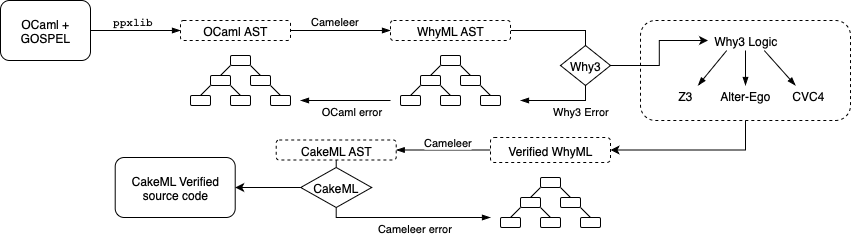
Above: Images/Goal_Pipeline.png in TiagoMeirim/novathesis (draw.io), before the change. Source tidied: cells renumbered, new cells last; positions are measured from the earlier drawing's top-left corner, leaving out a move shared by most shapes.
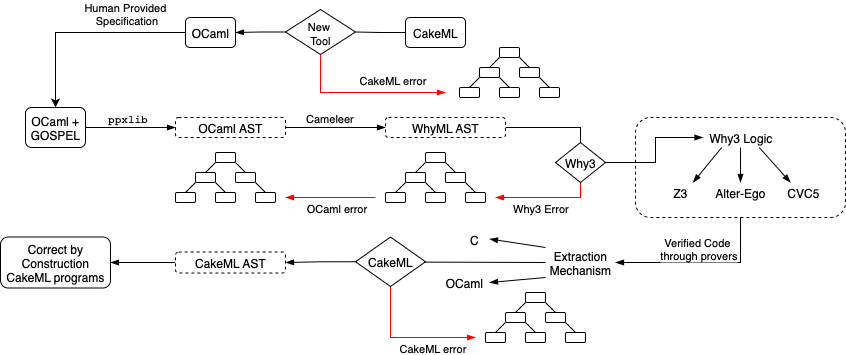
The same diagram one commit later.

Change to the diagram source:
```diff
@@ -11,7 +11,7 @@
       </mxGeometry>
     </mxCell>
     <mxCell id="4" value="OCaml + GOSPEL" style="rounded=1;whiteSpace=wrap;html=1;" parent="1" vertex="1">
-      <mxGeometry width="90" height="60" as="geometry" />
+      <mxGeometry x="40" y="10" width="60" height="40" as="geometry" />
     </mxCell>
     <mxCell id="5" style="edgeStyle=orthogonalEdgeStyle;rounded=0;jettySize=auto;html=1;endArrow=blockThin;endFill=1;" parent="1" edge="1" source="7" target="9">
       <mxGeometry relative="1" as="geometry" />
@@ -22,36 +22,41 @@
       </mxGeometry>
     </mxCell>
     <mxCell id="7" value="OCaml AST" style="rounded=1;whiteSpace=wrap;html=1;dashed=1;" parent="1" vertex="1">
-      <mxGeometry x="180" y="20" width="110" height="20" as="geometry" />
+      <mxGeometry x="190" y="20" width="110" height="20" as="geometry" />
     </mxCell>
     <mxCell id="8" style="edgeStyle=orthogonalEdgeStyle;rounded=0;jettySize=auto;html=1;exitX=1;exitY=0.5;exitDx=0;exitDy=0;entryX=0.5;entryY=0;entryDx=0;entryDy=0;endArrow=none;endFill=0;" parent="1" edge="1" source="9" target="13">
       <mxGeometry relative="1" as="geometry">
         <Array as="points">
-          <mxPoint x="585" y="30" />
+          <mxPoint x="595" y="30" />
         </Array>
       </mxGeometry>
     </mxCell>
     <mxCell id="9" value="WhyML AST" style="rounded=1;whiteSpace=wrap;html=1;dashed=1;" parent="1" vertex="1">
-      <mxGeometry x="390" y="20" width="120" height="20" as="geometry" />
+      <mxGeometry x="400" y="20" width="120" height="20" as="geometry" />
     </mxCell>
-    <mxCell id="10" style="edgeStyle=orthogonalEdgeStyle;rounded=0;jettySize=auto;html=1;exitX=0.5;exitY=1;exitDx=0;exitDy=0;endArrow=blockThin;endFill=1;" parent="1" edge="1" source="13">
+    <mxCell id="10" style="edgeStyle=orthogonalEdgeStyle;rounded=0;jettySize=auto;html=1;exitX=0.5;exitY=1;exitDx=0;exitDy=0;endArrow=blockThin;endFill=1;fillColor=#f8cecc;strokeColor=#FF0000;" parent="1" edge="1" source="13">
       <mxGeometry relative="1" as="geometry">
-        <mxPoint x="520" y="100" as="targetPoint" />
+        <mxPoint x="510" y="100" as="targetPoint" />
         <Array as="points">
-          <mxPoint x="585" y="100" />
+          <mxPoint x="595" y="100" />
         </Array>
       </mxGeometry>
     </mxCell>
     <mxCell id="11" value="Why3 Error" style="edgeLabel;html=1;align=center;verticalAlign=middle;" parent="10" vertex="1">
       <mxGeometry x="0.13" y="-2" relative="1" as="geometry">
-        <mxPoint x="24" y="12" as="offset" />
+        <mxPoint x="1" y="12" as="offset" />
       </mxGeometry>
     </mxCell>
-    <mxCell id="12" style="edgeStyle=orthogonalEdgeStyle;rounded=0;jettySize=auto;html=1;exitX=1;exitY=0.5;exitDx=0;exitDy=0;entryX=0;entryY=0.5;entryDx=0;entryDy=0;" parent="1" edge="1" source="13" target="43">
-      <mxGeometry relative="1" as="geometry" />
+    <mxCell id="12" style="edgeStyle=orthogonalEdgeStyle;rounded=0;jettySize=auto;html=1;exitX=1;exitY=0.5;exitDx=0;exitDy=0;entryX=0;entryY=0.5;entryDx=0;entryDy=0;endArrow=blockThin;endFill=1;" parent="1" edge="1" source="13" target="43">
+      <mxGeometry relative="1" as="geometry">
+        <Array as="points">
+          <mxPoint x="670" y="65" />
+          <mxPoint x="670" y="40" />
+        </Array>
+      </mxGeometry>
     </mxCell>
     <mxCell id="13" value="Why3" style="rhombus;whiteSpace=wrap;html=1;" parent="1" vertex="1">
-      <mxGeometry x="560" y="45" width="50" height="40" as="geometry" />
+      <mxGeometry x="570" y="45" width="50" height="40" as="geometry" />
     </mxCell>
     <mxCell id="14" style="rounded=0;jettySize=auto;html=1;exitX=0;exitY=1;exitDx=0;exitDy=0;entryX=0.5;entryY=0;entryDx=0;entryDy=0;endArrow=none;endFill=0;" parent="1" edge="1" source="16" target="19">
       <mxGeometry relative="1" as="geometry" />
@@ -119,7 +124,7 @@
     <mxCell id="35" style="rounded=1;whiteSpace=wrap;html=1;" parent="1" vertex="1">
       <mxGeometry x="190" y="95" width="20" height="10" as="geometry" />
     </mxCell>
-    <mxCell id="36" style="endArrow=blockThin;html=1;rounded=0;endFill=1;" parent="1" edge="1">
+    <mxCell id="36" style="endArrow=blockThin;html=1;rounded=0;endFill=1;fillColor=#f8cecc;strokeColor=#FA0000;" parent="1" edge="1">
       <mxGeometry relative="1" as="geometry">
         <mxPoint x="390" y="100" as="sourcePoint" />
         <mxPoint x="300" y="100" as="targetPoint" />
@@ -130,11 +135,16 @@
         <mxPoint x="7" y="11" as="offset" />
       </mxGeometry>
     </mxCell>
-    <mxCell id="38" style="edgeStyle=orthogonalEdgeStyle;rounded=0;jettySize=auto;html=1;exitX=0.5;exitY=1;exitDx=0;exitDy=0;entryX=1;entryY=0.5;entryDx=0;entryDy=0;" parent="1" edge="1" source="39" target="49">
-      <mxGeometry relative="1" as="geometry" />
-    </mxCell>
+    <mxCell id="68" style="edgeStyle=orthogonalEdgeStyle;rounded=0;jettySize=auto;html=1;exitX=0.5;exitY=1;exitDx=0;exitDy=0;entryX=1;entryY=0.5;entryDx=0;entryDy=0;endArrow=blockThin;endFill=1;" parent="1" edge="1" source="39" target="76">
+      <mxGeometry relative="1" as="geometry" />
+    </mxCell>
+    <mxCell id="69" value="Verified Code&amp;nbsp;&lt;div&gt;through provers&lt;/div&gt;" style="edgeLabel;html=1;align=center;verticalAlign=middle;" parent="68" vertex="1">
+      <mxGeometry x="-0.21" y="1" relative="1" as="geometry">
+        <mxPoint x="-21" y="-16" as="offset" />
+      </mxGeometry>
+    </mxCell>
     <mxCell id="39" style="rounded=1;whiteSpace=wrap;html=1;dashed=1;fillColor=none;" parent="1" vertex="1">
-      <mxGeometry x="640" y="20" width="210" height="100" as="geometry" />
+      <mxGeometry x="650" y="20" width="210" height="100" as="geometry" />
     </mxCell>
     <mxCell id="40" style="rounded=0;jettySize=auto;html=1;exitX=0.25;exitY=1;exitDx=0;exitDy=0;endArrow=blockThin;endFill=1;entryX=0.75;entryY=0;entryDx=0;entryDy=0;" parent="1" edge="1" source="43" target="44">
       <mxGeometry relative="1" as="geometry" />
@@ -146,88 +156,169 @@
       <mxGeometry relative="1" as="geometry" />
     </mxCell>
     <mxCell id="43" value="Why3 Logic" style="text;html=1;align=center;verticalAlign=middle;whiteSpace=wrap;rounded=0;" parent="1" vertex="1">
-      <mxGeometry x="707.5" y="30" width="75" height="20" as="geometry" />
+      <mxGeometry x="717.5" y="30" width="75" height="20" as="geometry" />
     </mxCell>
     <mxCell id="44" value="Z3" style="text;html=1;align=center;verticalAlign=middle;whiteSpace=wrap;rounded=0;" parent="1" vertex="1">
-      <mxGeometry x="660" y="85" width="50" height="20" as="geometry" />
+      <mxGeometry x="670" y="85" width="50" height="20" as="geometry" />
     </mxCell>
     <mxCell id="45" value="Alter-Ego" style="text;html=1;align=center;verticalAlign=middle;whiteSpace=wrap;rounded=0;" parent="1" vertex="1">
-      <mxGeometry x="715" y="85" width="60" height="20" as="geometry" />
+      <mxGeometry x="725" y="85" width="60" height="20" as="geometry" />
     </mxCell>
-    <mxCell id="46" value="CVC4" style="text;html=1;align=center;verticalAlign=middle;whiteSpace=wrap;rounded=0;" parent="1" vertex="1">
-      <mxGeometry x="782.5" y="85" width="50" height="20" as="geometry" />
+    <mxCell id="46" value="CVC5" style="text;html=1;align=center;verticalAlign=middle;whiteSpace=wrap;rounded=0;" parent="1" vertex="1">
+      <mxGeometry x="792.5" y="85" width="50" height="20" as="geometry" />
     </mxCell>
-    <mxCell id="47" style="edgeStyle=orthogonalEdgeStyle;rounded=0;jettySize=auto;html=1;exitX=0;exitY=0.5;exitDx=0;exitDy=0;entryX=1;entryY=0.5;entryDx=0;entryDy=0;endArrow=blockThin;endFill=1;" parent="1" edge="1" source="49" target="51">
-      <mxGeometry relative="1" as="geometry" />
-    </mxCell>
-    <mxCell id="48" value="Cameleer" style="edgeLabel;html=1;align=center;verticalAlign=middle;" parent="47" vertex="1">
-      <mxGeometry x="-0.07" y="1" relative="1" as="geometry">
-        <mxPoint y="-9" as="offset" />
-      </mxGeometry>
-    </mxCell>
-    <mxCell id="49" value="Verified WhyML" style="rounded=1;whiteSpace=wrap;html=1;dashed=1;" parent="1" vertex="1">
-      <mxGeometry x="490" y="137" width="120" height="25" as="geometry" />
-    </mxCell>
-    <mxCell id="50" style="edgeStyle=orthogonalEdgeStyle;rounded=0;jettySize=auto;html=1;exitX=0.5;exitY=1;exitDx=0;exitDy=0;entryX=0.5;entryY=0;entryDx=0;entryDy=0;endArrow=none;endFill=0;" parent="1" edge="1" source="51" target="56">
-      <mxGeometry relative="1" as="geometry" />
-    </mxCell>
+    <mxCell id="70" style="rounded=0;jettySize=auto;html=1;exitX=0;exitY=0;exitDx=0;exitDy=0;endArrow=blockThin;endFill=1;entryX=1;entryY=0.5;entryDx=0;entryDy=0;" parent="1" edge="1" source="76" target="73">
+      <mxGeometry relative="1" as="geometry" />
+    </mxCell>
+    <mxCell id="71" style="rounded=0;jettySize=auto;html=1;exitX=0;exitY=0.5;exitDx=0;exitDy=0;endArrow=none;endFill=0;entryX=0.941;entryY=0.507;entryDx=0;entryDy=0;entryPerimeter=0;" parent="1" edge="1" source="76" target="56">
+      <mxGeometry relative="1" as="geometry" />
+    </mxCell>
+    <mxCell id="72" style="rounded=0;jettySize=auto;html=1;entryX=1;entryY=0.5;entryDx=0;entryDy=0;endArrow=blockThin;endFill=1;exitX=0;exitY=1;exitDx=0;exitDy=0;" parent="1" edge="1" source="76" target="74">
+      <mxGeometry relative="1" as="geometry" />
+    </mxCell>
+    <mxCell id="73" value="&lt;span style=&quot;caret-color: rgb(0, 0, 0); color: rgb(0, 0, 0); font-family: Helvetica; font-size: 12px; font-style: normal; font-variant-caps: normal; font-weight: 400; letter-spacing: normal; text-align: center; text-indent: 0px; text-transform: none; white-space: normal; word-spacing: 0px; -webkit-text-stroke-width: 0px; text-decoration: none; float: none; display: inline !important;&quot;&gt;C&lt;/span&gt;" style="text;html=1;align=center;verticalAlign=middle;whiteSpace=wrap;rounded=0;" parent="1" vertex="1">
+      <mxGeometry x="474" y="126.5" width="30" height="30" as="geometry" />
+    </mxCell>
+    <mxCell id="74" value="&lt;span style=&quot;caret-color: rgb(0, 0, 0); color: rgb(0, 0, 0); font-family: Helvetica; font-size: 12px; font-style: normal; font-variant-caps: normal; font-weight: 400; letter-spacing: normal; text-align: center; text-indent: 0px; text-transform: none; white-space: normal; word-spacing: 0px; -webkit-text-stroke-width: 0px; text-decoration: none; float: none; display: inline !important;&quot;&gt;OCaml&lt;/span&gt;" style="text;html=1;align=center;verticalAlign=middle;whiteSpace=wrap;rounded=0;" parent="1" vertex="1">
+      <mxGeometry x="454" y="170" width="50" height="30" as="geometry" />
+    </mxCell>
+    <mxCell id="75" style="edgeStyle=orthogonalEdgeStyle;rounded=0;jettySize=auto;html=1;endArrow=blockThin;endFill=1;exitX=0;exitY=0.5;exitDx=0;exitDy=0;" parent="1" edge="1" source="56" target="51">
+      <mxGeometry relative="1" as="geometry" />
+    </mxCell>
+    <mxCell id="76" value="&lt;span style=&quot;caret-color: rgb(0, 0, 0); color: rgb(0, 0, 0); font-family: Helvetica; font-size: 12px; font-style: normal; font-variant-caps: normal; font-weight: 400; letter-spacing: normal; text-align: center; text-indent: 0px; text-transform: none; white-space: normal; word-spacing: 0px; -webkit-text-stroke-width: 0px; text-decoration: none; float: none; display: inline !important;&quot;&gt;Extraction Mechanism&lt;/span&gt;" style="text;html=1;align=center;verticalAlign=middle;whiteSpace=wrap;rounded=0;" parent="1" vertex="1">
+      <mxGeometry x="560" y="150" width="70" height="30" as="geometry" />
+    </mxCell>
+    <mxCell id="77" style="edgeStyle=orthogonalEdgeStyle;rounded=0;jettySize=auto;html=1;exitX=0;exitY=0.5;exitDx=0;exitDy=0;entryX=1;entryY=0.5;entryDx=0;entryDy=0;endArrow=blockThin;endFill=1;" parent="1" edge="1" source="51" target="78">
+      <mxGeometry relative="1" as="geometry" />
+    </mxCell>
     <mxCell id="51" value="CakeML AST" style="rounded=1;whiteSpace=wrap;html=1;dashed=1;" parent="1" vertex="1">
-      <mxGeometry x="275.7" y="139.5" width="120" height="20" as="geometry" />
+      <mxGeometry x="190" y="154.5" width="110" height="21" as="geometry" />
     </mxCell>
-    <mxCell id="52" value="CakeML Verified source code" style="rounded=1;whiteSpace=wrap;html=1;" parent="1" vertex="1">
-      <mxGeometry x="114.7" y="157" width="120" height="60" as="geometry" />
-    </mxCell>
-    <mxCell id="53" style="edgeStyle=orthogonalEdgeStyle;rounded=0;jettySize=auto;html=1;endArrow=blockThin;endFill=1;" parent="1" edge="1" source="56">
-      <mxGeometry relative="1" as="geometry">
-        <mxPoint x="490" y="217" as="targetPoint" />
-        <Array as="points">
-          <mxPoint x="336" y="217" />
-        </Array>
-      </mxGeometry>
-    </mxCell>
-    <mxCell id="54" value="Cameleer error" style="edgeLabel;html=1;align=center;verticalAlign=middle;" parent="53" vertex="1">
-      <mxGeometry x="-0.36" relative="1" as="geometry">
-        <mxPoint x="35" y="10" as="offset" />
-      </mxGeometry>
-    </mxCell>
-    <mxCell id="55" style="edgeStyle=orthogonalEdgeStyle;rounded=0;jettySize=auto;html=1;exitX=0;exitY=0.5;exitDx=0;exitDy=0;entryX=1;entryY=0.5;entryDx=0;entryDy=0;" parent="1" edge="1" source="56" target="52">
-      <mxGeometry relative="1" as="geometry" />
-    </mxCell>
+    <mxCell id="78" value="Correct by Construction CakeML programs" style="rounded=1;whiteSpace=wrap;html=1;strokeColor=default;" parent="1" vertex="1">
+      <mxGeometry x="15" y="139.5" width="110" height="51" as="geometry" />
+    </mxCell>
+    <mxCell id="79" style="edgeStyle=orthogonalEdgeStyle;rounded=0;jettySize=auto;html=1;exitX=0;exitY=0.5;exitDx=0;exitDy=0;entryX=1;entryY=0.5;entryDx=0;entryDy=0;endArrow=none;endFill=0;" parent="1" edge="1" source="97" target="83">
+      <mxGeometry relative="1" as="geometry" />
+    </mxCell>
+    <mxCell id="80" style="edgeStyle=orthogonalEdgeStyle;rounded=0;jettySize=auto;html=1;exitX=0;exitY=0.5;exitDx=0;exitDy=0;entryX=0.5;entryY=0;entryDx=0;entryDy=0;" parent="1" edge="1" source="98" target="4">
+      <mxGeometry relative="1" as="geometry">
+        <Array as="points">
+          <mxPoint x="70" y="-65" />
+        </Array>
+      </mxGeometry>
+    </mxCell>
+    <mxCell id="81" value="Human Provided&amp;nbsp;&lt;div&gt;Specification&lt;/div&gt;" style="edgeLabel;html=1;align=center;verticalAlign=middle;" parent="80" vertex="1">
+      <mxGeometry x="-0.02" y="2" relative="1" as="geometry">
+        <mxPoint x="40" y="-22" as="offset" />
+      </mxGeometry>
+    </mxCell>
+    <mxCell id="82" style="edgeStyle=orthogonalEdgeStyle;rounded=0;jettySize=auto;html=1;exitX=0;exitY=0.5;exitDx=0;exitDy=0;endArrow=blockThin;endFill=1;entryX=1;entryY=0.5;entryDx=0;entryDy=0;" parent="1" edge="1" source="83" target="98">
+      <mxGeometry relative="1" as="geometry" />
+    </mxCell>
+    <mxCell id="83" value="&lt;span style=&quot;font-size: 11px; white-space: nowrap; background-color: rgb(255, 255, 255);&quot;&gt;New&amp;nbsp;&lt;/span&gt;&lt;div&gt;&lt;span style=&quot;font-size: 11px; white-space: nowrap; background-color: rgb(255, 255, 255);&quot;&gt;Tool&lt;/span&gt;&lt;/div&gt;" style="rhombus;whiteSpace=wrap;html=1;" parent="1" vertex="1">
+      <mxGeometry x="300" y="-88" width="70" height="45" as="geometry" />
+    </mxCell>
+    <mxCell id="84" style="edgeStyle=orthogonalEdgeStyle;rounded=0;jettySize=auto;html=1;exitX=0.5;exitY=1;exitDx=0;exitDy=0;endArrow=blockThin;endFill=1;fillColor=#f8cecc;strokeColor=#FF0000;" parent="1" edge="1" source="83">
+      <mxGeometry relative="1" as="geometry">
+        <mxPoint x="460" y="-5" as="targetPoint" />
+        <Array as="points">
+          <mxPoint x="335" y="-5" />
+        </Array>
+      </mxGeometry>
+    </mxCell>
+    <mxCell id="85" value="CakeML error" style="edgeLabel;html=1;align=center;verticalAlign=middle;" parent="84" vertex="1">
+      <mxGeometry x="0.13" y="-2" relative="1" as="geometry">
+        <mxPoint x="17" y="-15" as="offset" />
+      </mxGeometry>
+    </mxCell>
+    <mxCell id="86" style="rounded=0;jettySize=auto;html=1;exitX=0;exitY=1;exitDx=0;exitDy=0;entryX=0.5;entryY=0;entryDx=0;entryDy=0;endArrow=none;endFill=0;" parent="1" edge="1" source="88" target="91">
+      <mxGeometry relative="1" as="geometry" />
+    </mxCell>
+    <mxCell id="87" style="rounded=0;jettySize=auto;html=1;exitX=1;exitY=1;exitDx=0;exitDy=0;entryX=0.5;entryY=0;entryDx=0;entryDy=0;endArrow=none;endFill=0;" parent="1" edge="1" source="88" target="93">
+      <mxGeometry relative="1" as="geometry" />
+    </mxCell>
+    <mxCell id="88" style="rounded=1;whiteSpace=wrap;html=1;" parent="1" vertex="1">
+      <mxGeometry x="514" y="-50" width="20" height="10" as="geometry" />
+    </mxCell>
+    <mxCell id="89" style="rounded=0;jettySize=auto;html=1;exitX=1;exitY=1;exitDx=0;exitDy=0;entryX=0.5;entryY=0;entryDx=0;entryDy=0;endArrow=none;endFill=0;" parent="1" edge="1" source="91" target="95">
+      <mxGeometry relative="1" as="geometry" />
+    </mxCell>
+    <mxCell id="90" style="rounded=0;jettySize=auto;html=1;exitX=0;exitY=1;exitDx=0;exitDy=0;entryX=0.5;entryY=0;entryDx=0;entryDy=0;endArrow=none;endFill=0;" parent="1" edge="1" source="91" target="96">
+      <mxGeometry relative="1" as="geometry" />
+    </mxCell>
+    <mxCell id="91" style="rounded=1;whiteSpace=wrap;html=1;" parent="1" vertex="1">
+      <mxGeometry x="494" y="-30" width="20" height="10" as="geometry" />
+    </mxCell>
+    <mxCell id="92" style="rounded=0;jettySize=auto;html=1;exitX=1;exitY=1;exitDx=0;exitDy=0;entryX=0.5;entryY=0;entryDx=0;entryDy=0;endArrow=none;endFill=0;" parent="1" edge="1" source="93" target="94">
+      <mxGeometry relative="1" as="geometry" />
+    </mxCell>
+    <mxCell id="93" style="rounded=1;whiteSpace=wrap;html=1;" parent="1" vertex="1">
+      <mxGeometry x="534" y="-30" width="20" height="10" as="geometry" />
+    </mxCell>
+    <mxCell id="94" style="rounded=1;whiteSpace=wrap;html=1;" parent="1" vertex="1">
+      <mxGeometry x="554" y="-10" width="20" height="10" as="geometry" />
+    </mxCell>
+    <mxCell id="95" style="rounded=1;whiteSpace=wrap;html=1;" parent="1" vertex="1">
+      <mxGeometry x="514" y="-10" width="20" height="10" as="geometry" />
+    </mxCell>
+    <mxCell id="96" style="rounded=1;whiteSpace=wrap;html=1;" parent="1" vertex="1">
+      <mxGeometry x="474" y="-10" width="20" height="10" as="geometry" />
+    </mxCell>
+    <mxCell id="97" value="CakeML" style="rounded=1;whiteSpace=wrap;html=1;strokeColor=default;" parent="1" vertex="1">
+      <mxGeometry x="420" y="-80" width="60" height="30" as="geometry" />
+    </mxCell>
+    <mxCell id="98" value="OCaml" style="rounded=1;whiteSpace=wrap;html=1;strokeColor=default;" parent="1" vertex="1">
+      <mxGeometry x="200" y="-80" width="50" height="30" as="geometry" />
+    </mxCell>
+    <mxCell id="99" style="edgeStyle=orthogonalEdgeStyle;rounded=0;jettySize=auto;html=1;endArrow=blockThin;endFill=1;fillColor=#f8cecc;strokeColor=#FF0000;exitX=0.5;exitY=1;exitDx=0;exitDy=0;" parent="1" edge="1" source="56">
+      <mxGeometry relative="1" as="geometry">
+        <mxPoint x="490" y="240" as="targetPoint" />
+        <Array as="points">
+          <mxPoint x="405" y="240" />
+          <mxPoint x="490" y="240" />
+        </Array>
+      </mxGeometry>
+    </mxCell>
+    <mxCell id="100" value="CakeML error" style="edgeLabel;html=1;align=center;verticalAlign=middle;" parent="99" vertex="1">
+      <mxGeometry x="-0.48" y="-2" relative="1" as="geometry">
+        <mxPoint x="43" y="26" as="offset" />
+      </mxGeometry>
+    </mxCell>
+    <mxCell id="101" style="rounded=0;jettySize=auto;html=1;exitX=0;exitY=1;exitDx=0;exitDy=0;entryX=0.5;entryY=0;entryDx=0;entryDy=0;endArrow=none;endFill=0;" parent="1" edge="1" source="103" target="106">
+      <mxGeometry relative="1" as="geometry" />
+    </mxCell>
+    <mxCell id="102" style="rounded=0;jettySize=auto;html=1;exitX=1;exitY=1;exitDx=0;exitDy=0;entryX=0.5;entryY=0;entryDx=0;entryDy=0;endArrow=none;endFill=0;" parent="1" edge="1" source="103" target="108">
+      <mxGeometry relative="1" as="geometry" />
+    </mxCell>
+    <mxCell id="103" style="rounded=1;whiteSpace=wrap;html=1;" parent="1" vertex="1">
+      <mxGeometry x="540" y="195" width="20" height="10" as="geometry" />
+    </mxCell>
+    <mxCell id="104" style="rounded=0;jettySize=auto;html=1;exitX=1;exitY=1;exitDx=0;exitDy=0;entryX=0.5;entryY=0;entryDx=0;entryDy=0;endArrow=none;endFill=0;" parent="1" edge="1" source="106" target="110">
+      <mxGeometry relative="1" as="geometry" />
+    </mxCell>
+    <mxCell id="105" style="rounded=0;jettySize=auto;html=1;exitX=0;exitY=1;exitDx=0;exitDy=0;entryX=0.5;entryY=0;entryDx=0;entryDy=0;endArrow=none;endFill=0;" parent="1" edge="1" source="106" target="111">
+      <mxGeometry relative="1" as="geometry" />
+    </mxCell>
+    <mxCell id="106" style="rounded=1;whiteSpace=wrap;html=1;" parent="1" vertex="1">
+      <mxGeometry x="520" y="215" width="20" height="10" as="geometry" />
+    </mxCell>
+    <mxCell id="107" style="rounded=0;jettySize=auto;html=1;exitX=1;exitY=1;exitDx=0;exitDy=0;entryX=0.5;entryY=0;entryDx=0;entryDy=0;endArrow=none;endFill=0;" parent="1" edge="1" source="108" target="109">
+      <mxGeometry relative="1" as="geometry" />
+    </mxCell>
+    <mxCell id="108" style="rounded=1;whiteSpace=wrap;html=1;" parent="1" vertex="1">
+      <mxGeometry x="560" y="215" width="20" height="10" as="geometry" />
+    </mxCell>
+    <mxCell id="109" style="rounded=1;whiteSpace=wrap;html=1;" parent="1" vertex="1">
+      <mxGeometry x="580" y="235" width="20" height="10" as="geometry" />
+    </mxCell>
+    <mxCell id="110" style="rounded=1;whiteSpace=wrap;html=1;" parent="1" vertex="1">
+      <mxGeometry x="540" y="235" width="20" height="10" as="geometry" />
+    </mxCell>
+    <mxCell id="111" style="rounded=1;whiteSpace=wrap;html=1;" parent="1" vertex="1">
+      <mxGeometry x="500" y="235" width="20" height="10" as="geometry" />
+    </mxCell>
     <mxCell id="56" value="CakeML" style="rhombus;whiteSpace=wrap;html=1;" parent="1" vertex="1">
-      <mxGeometry x="300.2" y="167" width="71" height="40" as="geometry" />
+      <mxGeometry x="370" y="139.5" width="70" height="49.5" as="geometry" />
     </mxCell>
-    <mxCell id="57" style="rounded=0;jettySize=auto;html=1;exitX=0;exitY=1;exitDx=0;exitDy=0;entryX=0.5;entryY=0;entryDx=0;entryDy=0;endArrow=none;endFill=0;" parent="1" edge="1" source="59" target="62">
-      <mxGeometry relative="1" as="geometry" />
-    </mxCell>
-    <mxCell id="58" style="rounded=0;jettySize=auto;html=1;exitX=1;exitY=1;exitDx=0;exitDy=0;entryX=0.5;entryY=0;entryDx=0;entryDy=0;endArrow=none;endFill=0;" parent="1" edge="1" source="59" target="64">
-      <mxGeometry relative="1" as="geometry" />
-    </mxCell>
-    <mxCell id="59" style="rounded=1;whiteSpace=wrap;html=1;" parent="1" vertex="1">
-      <mxGeometry x="540" y="177" width="20" height="10" as="geometry" />
-    </mxCell>
-    <mxCell id="60" style="rounded=0;jettySize=auto;html=1;exitX=1;exitY=1;exitDx=0;exitDy=0;entryX=0.5;entryY=0;entryDx=0;entryDy=0;endArrow=none;endFill=0;" parent="1" edge="1" source="62" target="66">
-      <mxGeometry relative="1" as="geometry" />
-    </mxCell>
-    <mxCell id="61" style="rounded=0;jettySize=auto;html=1;exitX=0;exitY=1;exitDx=0;exitDy=0;entryX=0.5;entryY=0;entryDx=0;entryDy=0;endArrow=none;endFill=0;" parent="1" edge="1" source="62" target="67">
-      <mxGeometry relative="1" as="geometry" />
-    </mxCell>
-    <mxCell id="62" style="rounded=1;whiteSpace=wrap;html=1;" parent="1" vertex="1">
-      <mxGeometry x="520" y="197" width="20" height="10" as="geometry" />
-    </mxCell>
-    <mxCell id="63" style="rounded=0;jettySize=auto;html=1;exitX=1;exitY=1;exitDx=0;exitDy=0;entryX=0.5;entryY=0;entryDx=0;entryDy=0;endArrow=none;endFill=0;" parent="1" edge="1" source="64" target="65">
-      <mxGeometry relative="1" as="geometry" />
-    </mxCell>
-    <mxCell id="64" style="rounded=1;whiteSpace=wrap;html=1;" parent="1" vertex="1">
-      <mxGeometry x="560" y="197" width="20" height="10" as="geometry" />
-    </mxCell>
-    <mxCell id="65" style="rounded=1;whiteSpace=wrap;html=1;" parent="1" vertex="1">
-      <mxGeometry x="580" y="217" width="20" height="10" as="geometry" />
-    </mxCell>
-    <mxCell id="66" style="rounded=1;whiteSpace=wrap;html=1;" parent="1" vertex="1">
-      <mxGeometry x="540" y="217" width="20" height="10" as="geometry" />
-    </mxCell>
-    <mxCell id="67" style="rounded=1;whiteSpace=wrap;html=1;" parent="1" vertex="1">
-      <mxGeometry x="500" y="217" width="20" height="10" as="geometry" />
-    </mxCell>
   </root>
 </mxGraphModel>
```
